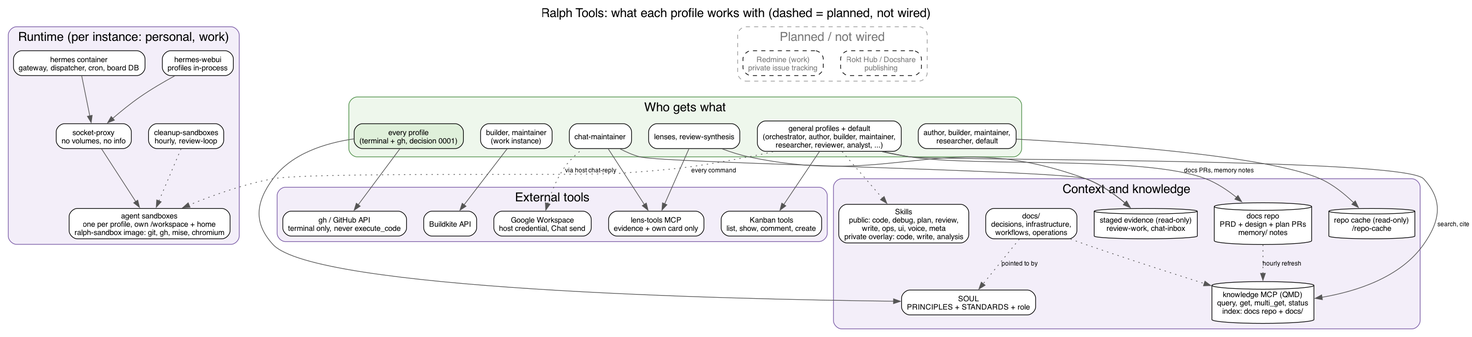
Zhachory1/ralph keeps this Graphviz diagram as docs/diagrams/tools.png. Above is the earlier version. Its source is kept beside it as docs/diagrams/tools.dot. Source of this version:
```dot
digraph tools {
  graph [rankdir=TB, fontname="Helvetica", fontsize=18, labelloc=t, nodesep=0.35, ranksep=0.6,
         label="Ralph Tools: what each profile works with (dashed = planned, not wired)"];
  node  [fontname="Helvetica", fontsize=11, shape=box, style="rounded,filled", fillcolor=white];
  edge  [fontname="Helvetica", fontsize=9, color="#555555"];

  subgraph cluster_runtime { label="Runtime (per instance: personal, work)"; style="rounded,filled"; fillcolor="#F3EEF9"; color="#7A5BA6";
    hermes  [label="hermes container\ngateway, dispatcher, cron, board DB"];
    webui   [label="hermes-webui\nprofiles in-process"];
    proxy   [label="socket-proxy\nno volumes, no info"];
    sandbox [label="agent sandboxes\none per profile, own /workspace + home\nralph-sandbox image: git, gh, mise, chromium"];
    cleanup [label="cleanup-sandboxes\nhourly, review-loop"];
    hermes -> proxy; webui -> proxy; proxy -> sandbox; cleanup -> sandbox [style=dotted];
  }

  subgraph cluster_ctx { label="Context and knowledge"; style="rounded,filled"; fillcolor="#F3EEF9"; color="#7A5BA6";
    soul   [label="SOUL\nPRINCIPLES + STANDARDS + role"];
    skills [label="Skills\npublic: code, debug, plan, review,\nwrite, ops, ui, voice, meta\nprivate overlay: code, write, analysis"];
    docs   [label="docs/\ndecisions, infrastructure,\nworkflows, operations"];
    cache  [label="repo cache (read-only)\n/repo-cache", shape=cylinder];
    evid   [label="staged evidence (read-only)\nreview-work, chat-inbox", shape=cylinder];
    docrepo[label="docs repo\nPRD + design + plan PRs\nmemory/ notes", shape=cylinder];
    kn     [label="knowledge MCP (QMD)\nquery, get, multi_get, status\nindex: docs repo + docs/", shape=cylinder];
    docrepo -> kn [style=dotted, label="hourly refresh"]; docs -> kn [style=dotted];
    docs -> soul [style=dotted, label="pointed to by"];
  }

  subgraph cluster_ext { label="External tools"; style="rounded,filled"; fillcolor="#F3EEF9"; color="#7A5BA6";
    gh    [label="gh / GitHub API\nterminal only, never execute_code"];
    bk    [label="Buildkite API"];
    lt    [label="lens-tools MCP\nevidence + own card only"];
    gws   [label="Google Workspace\nhost credential, Chat send"];
    kanban[label="Kanban tools\nlist, show, comment, create"];
  }

  subgraph cluster_planned { label="Planned / not wired"; style="rounded,dashed"; color="#999999"; fontcolor="#777777";
    node [style="rounded,dashed", fontcolor="#777777"];
    redmine [label="Redmine (work)\nprivate issue tracking"];
    hub     [label="Rokt Hub / Docshare\npublishing"];
  }

  subgraph cluster_profiles { label="Who gets what"; style="rounded,filled"; fillcolor="#EEF7EC"; color="#4E8F48";
    p_all;
    p_general [label="general profiles + default\n(orchestrator, author, builder, maintainer,\nresearcher, reviewer, analyst, ...)"];
    p_clone   [label="author, builder, maintainer,\nresearcher, default"];
    p_ci      [label="builder, maintainer\n(work instance)"];
    p_lens    [label="lenses, review-synthesis"];
    p_chat    [label="chat-maintainer"];
  }

  p_all [label="every profile\n(terminal + gh, decision 0001)", fillcolor="#DFF0DA"];
  p_all -> gh; p_all -> soul;
  p_general -> skills [style=dotted]; p_general -> kanban;
  p_clone -> cache; p_ci -> bk; p_lens -> evid; p_lens -> lt; p_chat -> evid; p_chat -> lt;
  p_general -> docrepo [label="docs PRs, memory notes"];
  p_general -> kn [label="search, cite"];
  p_general -> sandbox [label="every command", style=dotted];
  gws -> p_chat [style=dotted, label="via host chat-reply", dir=back];
}
```
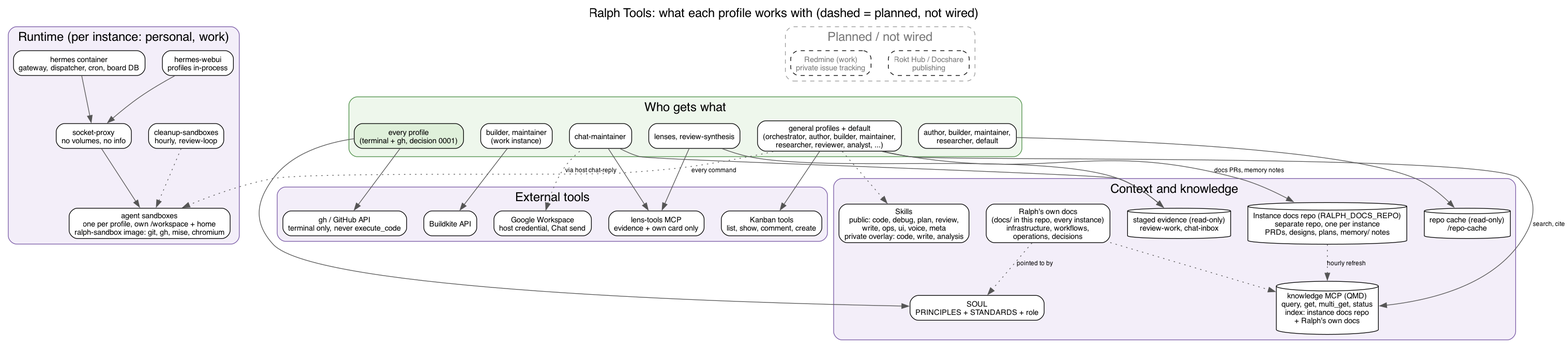
The same file after the commit.

Commit message:
docs(diagrams): tell Ralph's own docs apart from the instance docs repo

Change to the diagram source:
```diff
@@ -16,11 +16,11 @@
   subgraph cluster_ctx { label="Context and knowledge"; style="rounded,filled"; fillcolor="#F3EEF9"; color="#7A5BA6";
     soul   [label="SOUL\nPRINCIPLES + STANDARDS + role"];
     skills [label="Skills\npublic: code, debug, plan, review,\nwrite, ops, ui, voice, meta\nprivate overlay: code, write, analysis"];
-    docs   [label="docs/\ndecisions, infrastructure,\nworkflows, operations"];
+    docs   [label="Ralph's own docs\n(docs/ in this repo, every instance)\ninfrastructure, workflows,\noperations, decisions"];
     cache  [label="repo cache (read-only)\n/repo-cache", shape=cylinder];
     evid   [label="staged evidence (read-only)\nreview-work, chat-inbox", shape=cylinder];
-    docrepo[label="docs repo\nPRD + design + plan PRs\nmemory/ notes", shape=cylinder];
-    kn     [label="knowledge MCP (QMD)\nquery, get, multi_get, status\nindex: docs repo + docs/", shape=cylinder];
+    docrepo[label="Instance docs repo (RALPH_DOCS_REPO)\nseparate repo, one per instance\nPRDs, designs, plans, memory/ notes", shape=cylinder];
+    kn     [label="knowledge MCP (QMD)\nquery, get, multi_get, status\nindex: instance docs repo\n+ Ralph's own docs", shape=cylinder];
     docrepo -> kn [style=dotted, label="hourly refresh"]; docs -> kn [style=dotted];
     docs -> soul [style=dotted, label="pointed to by"];
   }
```
